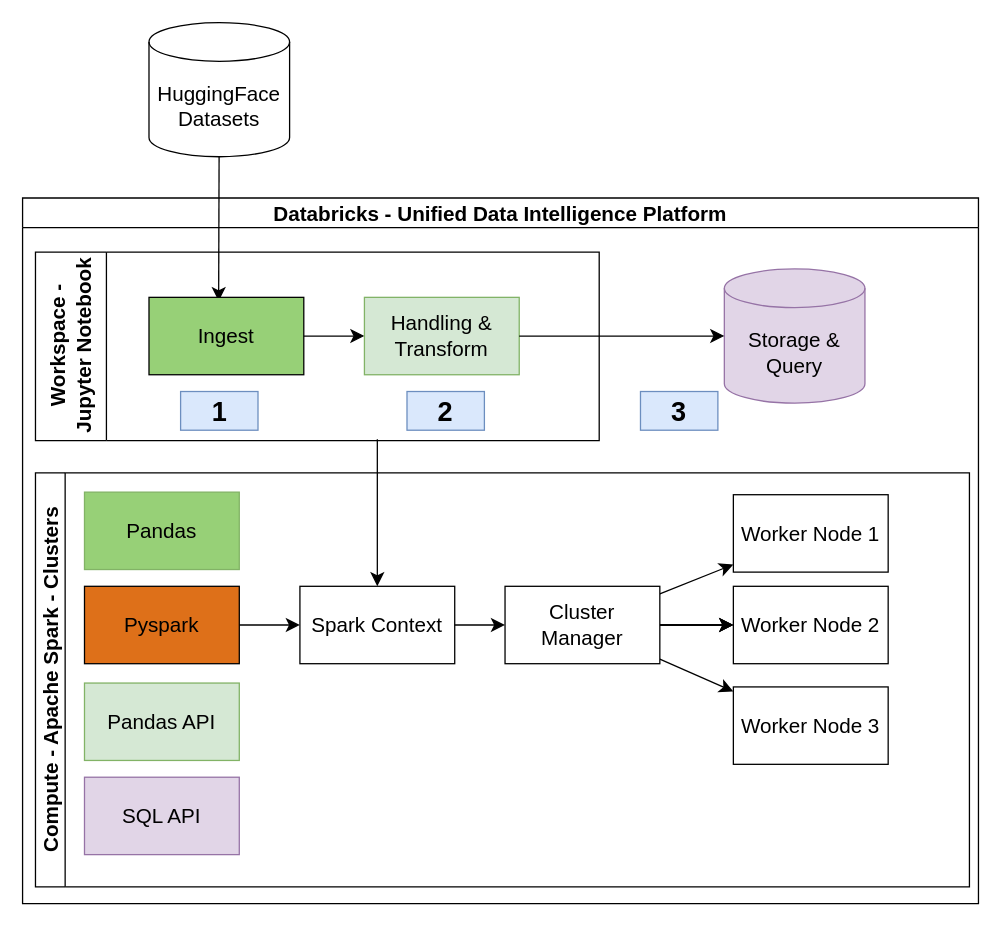
Before: diagram.drawio in mmayorga97/dataprocessing_databricks, a draw.io diagram. Source tidied: cells renumbered, new cells numbered last; positions are measured from the earlier drawing's top-left corner, leaving out a move shared by most shapes. Both pictures are drawn from the tidied source at 129%, with x=0, y=0 at pixel (22, 22).
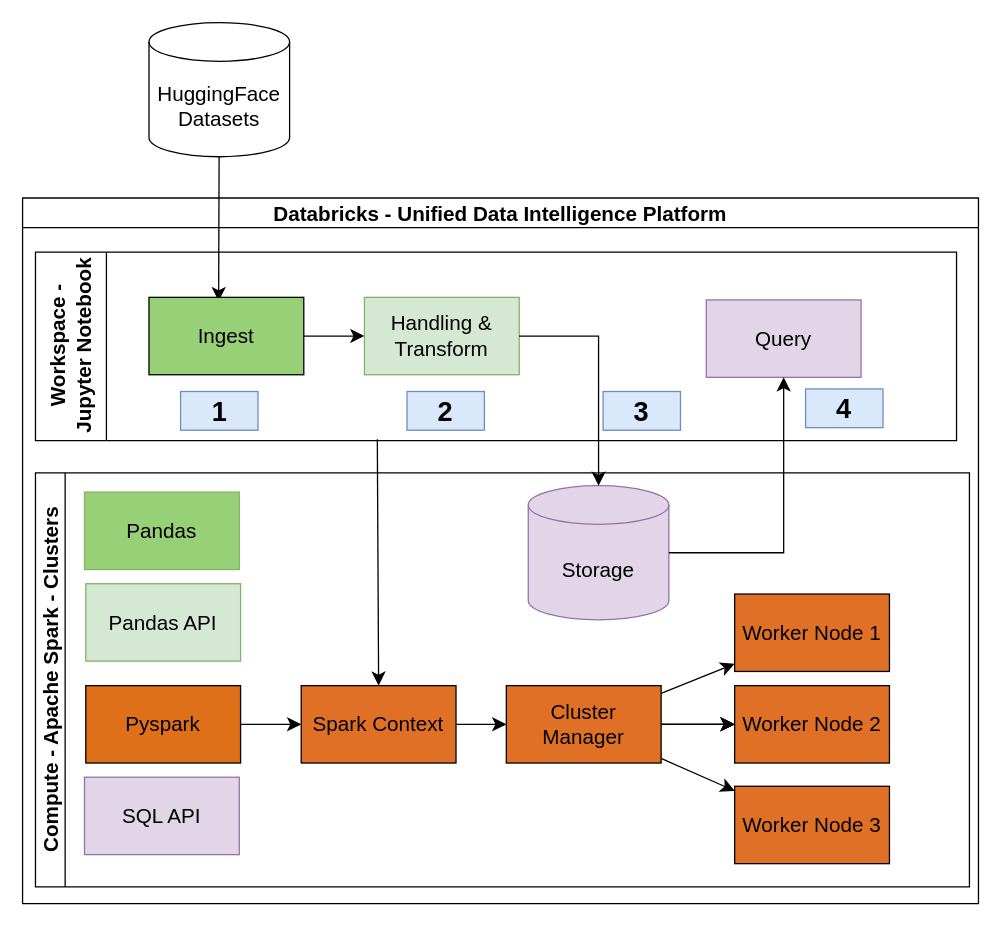
The same diagram, later.

The change refers to these unchanged cells:
```xml
<mxCell id="2" value="Databricks - Unified Data Intelligence Platform" style="swimlane;whiteSpace=wrap;html=1;fontSize=16;" parent="1" vertex="1">
  <mxGeometry y="136" width="741" height="547" as="geometry" />
</mxCell>
<mxCell id="9" value="Handling &amp;amp; Transform" style="rounded=0;whiteSpace=wrap;html=1;fontSize=16;fillColor=#d5e8d4;strokeColor=#82b366;" parent="4" vertex="1">
  <mxGeometry x="255" y="35" width="120" height="60" as="geometry" />
</mxCell>
<mxCell id="12" value="Compute - Apache Spark - Clusters" style="swimlane;horizontal=0;whiteSpace=wrap;html=1;fontSize=16;" parent="2" vertex="1">
  <mxGeometry x="10" y="213" width="724" height="321" as="geometry" />
</mxCell>
```

Diff of the diagram source:
```diff
@@
     <mxCell id="4" value="Workspace - Jupyter Notebook" style="swimlane;horizontal=0;whiteSpace=wrap;html=1;fontSize=16;startSize=55;" parent="2" vertex="1">
-      <mxGeometry x="10" y="42" width="437" height="146" as="geometry" />
+      <mxGeometry x="10" y="42" width="714" height="146" as="geometry" />
     </mxCell>
@@
+    <mxCell id="32" value="Query" style="rounded=0;whiteSpace=wrap;html=1;fontSize=16;fillColor=#e1d5e7;strokeColor=#9673a6;" parent="4" vertex="1">
+      <mxGeometry x="520" y="37" width="120" height="60" as="geometry" />
+    </mxCell>
+    <mxCell id="33" value="&lt;font style=&quot;font-size: 21px;&quot;&gt;&lt;b&gt;4&lt;/b&gt;&lt;/font&gt;" style="text;html=1;strokeColor=#6c8ebf;fillColor=#dae8fc;align=center;verticalAlign=middle;whiteSpace=wrap;rounded=0;fontSize=16;" parent="4" vertex="1">
+      <mxGeometry x="597" y="106" width="60" height="30" as="geometry" />
+    </mxCell>
+    <mxCell id="31" value="&lt;font style=&quot;font-size: 21px;&quot;&gt;&lt;b&gt;3&lt;/b&gt;&lt;/font&gt;" style="text;html=1;strokeColor=#6c8ebf;fillColor=#dae8fc;align=center;verticalAlign=middle;whiteSpace=wrap;rounded=0;fontSize=16;" parent="4" vertex="1">
+      <mxGeometry x="440" y="108" width="60" height="30" as="geometry" />
+    </mxCell>
@@
+    <mxCell id="27" value="SQL API" style="rounded=0;whiteSpace=wrap;html=1;fontSize=16;fillColor=#e1d5e7;strokeColor=#9673a6;" parent="12" vertex="1">
+      <mxGeometry x="38" y="236" width="120" height="60" as="geometry" />
+    </mxCell>
+    <mxCell id="28" value="Pandas" style="rounded=0;whiteSpace=wrap;html=1;fontSize=16;fillColor=#97D077;strokeColor=#82b366;" parent="12" vertex="1">
+      <mxGeometry x="38" y="15" width="120" height="60" as="geometry" />
+    </mxCell>
+    <mxCell id="34" style="group;" parent="12" vertex="1">
+      <mxGeometry x="39" y="94" width="623" height="209" as="geometry" />
+    </mxCell>
-    <mxCell id="13" value="Pyspark" style="rounded=0;whiteSpace=wrap;html=1;fontSize=16;fillColor=#de7019;" parent="12" vertex="1">
-      <mxGeometry x="38" y="88" width="120" height="60" as="geometry" />
+    <mxCell id="13" value="Pyspark" style="rounded=0;whiteSpace=wrap;html=1;fontSize=16;fillColor=#de7019;" parent="34" vertex="1">
+      <mxGeometry y="71" width="120" height="60" as="geometry" />
     </mxCell>
+    <mxCell id="15" value="Spark Context" style="rounded=0;whiteSpace=wrap;html=1;fontSize=16;fillColor=#DF7025;" parent="34" vertex="1">
+      <mxGeometry x="167" y="71" width="120" height="60" as="geometry" />
+    </mxCell>
+    <mxCell id="22" value="Cluster Manager" style="rounded=0;whiteSpace=wrap;html=1;fontSize=16;fillColor=#DF7025;" parent="34" vertex="1">
+      <mxGeometry x="326" y="71" width="120" height="60" as="geometry" />
+    </mxCell>
-    <mxCell id="14" style="edgeStyle=none;curved=1;rounded=0;jettySize=auto;html=1;fontSize=12;startSize=8;endSize=8;" parent="12" edge="1" source="13" target="15">
+    <mxCell id="14" style="edgeStyle=none;curved=1;rounded=0;jettySize=auto;html=1;fontSize=12;startSize=8;endSize=8;" parent="34" edge="1" source="13" target="15">
       <mxGeometry relative="1" as="geometry" />
     </mxCell>
-    <mxCell id="15" value="Spark Context" style="rounded=0;whiteSpace=wrap;html=1;fontSize=16;" parent="12" vertex="1">
-      <mxGeometry x="205" y="88" width="120" height="60" as="geometry" />
-    </mxCell>
-    <mxCell id="16" style="edgeStyle=none;curved=1;rounded=0;jettySize=auto;html=1;fontSize=12;startSize=8;endSize=8;" parent="12" edge="1" source="15" target="22">
+    <mxCell id="16" style="edgeStyle=none;curved=1;rounded=0;jettySize=auto;html=1;fontSize=12;startSize=8;endSize=8;" parent="34" edge="1" source="15" target="22">
       <mxGeometry relative="1" as="geometry" />
     </mxCell>
+    <mxCell id="23" value="Worker Node 1" style="whiteSpace=wrap;html=1;fontSize=16;rounded=0;fillColor=#DF7025;" parent="34" vertex="1">
+      <mxGeometry x="503" width="120" height="60" as="geometry" />
+    </mxCell>
-    <mxCell id="17" style="edgeStyle=none;curved=1;rounded=0;jettySize=auto;html=1;fontSize=12;startSize=8;endSize=8;" parent="12" edge="1" source="22" target="23">
+    <mxCell id="17" style="edgeStyle=none;curved=1;rounded=0;jettySize=auto;html=1;fontSize=12;startSize=8;endSize=8;" parent="34" edge="1" source="22" target="23">
       <mxGeometry relative="1" as="geometry" />
     </mxCell>
+    <mxCell id="24" value="Worker Node 2" style="whiteSpace=wrap;html=1;fontSize=16;rounded=0;fillColor=#DF7025;" parent="34" vertex="1">
+      <mxGeometry x="503" y="71" width="120" height="60" as="geometry" />
+    </mxCell>
+    <mxCell id="25" value="Worker Node 3" style="whiteSpace=wrap;html=1;fontSize=16;rounded=0;fillColor=#DF7025;" parent="34" vertex="1">
+      <mxGeometry x="503" y="149" width="120" height="60" as="geometry" />
+    </mxCell>
-    <mxCell id="18" style="edgeStyle=none;curved=1;rounded=0;jettySize=auto;html=1;fontSize=12;startSize=8;endSize=8;" parent="12" edge="1" source="22" target="24">
+    <mxCell id="18" style="edgeStyle=none;curved=1;rounded=0;jettySize=auto;html=1;fontSize=12;startSize=8;endSize=8;" parent="34" edge="1" source="22" target="24">
       <mxGeometry relative="1" as="geometry" />
     </mxCell>
-    <mxCell id="19" style="edgeStyle=none;curved=1;rounded=0;jettySize=auto;html=1;fontSize=12;startSize=8;endSize=8;" parent="12" edge="1" source="22" target="24">
+    <mxCell id="19" style="edgeStyle=none;curved=1;rounded=0;jettySize=auto;html=1;fontSize=12;startSize=8;endSize=8;" parent="34" edge="1" source="22" target="24">
       <mxGeometry relative="1" as="geometry" />
     </mxCell>
-    <mxCell id="20" style="edgeStyle=none;curved=1;rounded=0;jettySize=auto;html=1;fontSize=12;startSize=8;endSize=8;" parent="12" edge="1" source="22" target="24">
+    <mxCell id="20" style="edgeStyle=none;curved=1;rounded=0;jettySize=auto;html=1;fontSize=12;startSize=8;endSize=8;" parent="34" edge="1" source="22" target="24">
       <mxGeometry relative="1" as="geometry" />
     </mxCell>
-    <mxCell id="21" style="edgeStyle=none;curved=1;rounded=0;jettySize=auto;html=1;fontSize=12;startSize=8;endSize=8;" parent="12" edge="1" source="22" target="25">
+    <mxCell id="21" style="edgeStyle=none;curved=1;rounded=0;jettySize=auto;html=1;fontSize=12;startSize=8;endSize=8;" parent="34" edge="1" source="22" target="25">
       <mxGeometry relative="1" as="geometry" />
     </mxCell>
-    <mxCell id="22" value="Cluster Manager" style="rounded=0;whiteSpace=wrap;html=1;fontSize=16;" parent="12" vertex="1">
-      <mxGeometry x="364" y="88" width="120" height="60" as="geometry" />
-    </mxCell>
-    <mxCell id="23" value="Worker Node 1" style="whiteSpace=wrap;html=1;fontSize=16;rounded=0;" parent="12" vertex="1">
-      <mxGeometry x="541" y="17" width="120" height="60" as="geometry" />
-    </mxCell>
-    <mxCell id="24" value="Worker Node 2" style="whiteSpace=wrap;html=1;fontSize=16;rounded=0;" parent="12" vertex="1">
-      <mxGeometry x="541" y="88" width="120" height="60" as="geometry" />
-    </mxCell>
-    <mxCell id="25" value="Worker Node 3" style="whiteSpace=wrap;html=1;fontSize=16;rounded=0;" parent="12" vertex="1">
-      <mxGeometry x="541" y="166" width="120" height="60" as="geometry" />
-    </mxCell>
-    <mxCell id="26" value="Pandas API" style="rounded=0;whiteSpace=wrap;html=1;fontSize=16;fillColor=#d5e8d4;strokeColor=#82b366;" parent="12" vertex="1">
-      <mxGeometry x="38" y="163" width="120" height="60" as="geometry" />
+    <mxCell id="26" value="Pandas API" style="rounded=0;whiteSpace=wrap;html=1;fontSize=16;fillColor=#d5e8d4;strokeColor=#82b366;" parent="34" vertex="1">
+      <mxGeometry y="-8" width="120" height="60" as="geometry" />
     </mxCell>
-    <mxCell id="27" value="SQL API" style="rounded=0;whiteSpace=wrap;html=1;fontSize=16;fillColor=#e1d5e7;strokeColor=#9673a6;" parent="12" vertex="1">
-      <mxGeometry x="38" y="236" width="120" height="60" as="geometry" />
-    </mxCell>
-    <mxCell id="28" value="Pandas" style="rounded=0;whiteSpace=wrap;html=1;fontSize=16;fillColor=#97D077;strokeColor=#82b366;" parent="12" vertex="1">
-      <mxGeometry x="38" y="15" width="120" height="60" as="geometry" />
-    </mxCell>
-    <mxCell id="29" value="Storage &amp;amp; Query" style="shape=cylinder3;whiteSpace=wrap;html=1;boundedLbl=1;backgroundOutline=1;size=15;fontSize=16;fillColor=#e1d5e7;strokeColor=#9673a6;" parent="2" vertex="1">
-      <mxGeometry x="544" y="55" width="109" height="104" as="geometry" />
+    <mxCell id="29" value="Storage" style="shape=cylinder3;whiteSpace=wrap;html=1;boundedLbl=1;backgroundOutline=1;size=15;fontSize=16;fillColor=#e1d5e7;strokeColor=#9673a6;" parent="12" vertex="1">
+      <mxGeometry x="382" y="10" width="109" height="104" as="geometry" />
     </mxCell>
-    <mxCell id="30" style="edgeStyle=none;curved=1;rounded=0;jettySize=auto;html=1;fontSize=12;startSize=8;endSize=8;entryX=0;entryY=0.5;entryDx=0;entryDy=0;entryPerimeter=0;" parent="2" edge="1" source="9" target="29">
+    <mxCell id="30" style="edgeStyle=orthogonalEdgeStyle;rounded=0;jettySize=auto;html=1;fontSize=12;startSize=8;endSize=8;" parent="2" edge="1" source="9" target="29">
       <mxGeometry relative="1" as="geometry" />
     </mxCell>
-    <mxCell id="31" value="&lt;font style=&quot;font-size: 21px;&quot;&gt;&lt;b&gt;3&lt;/b&gt;&lt;/font&gt;" style="text;html=1;strokeColor=#6c8ebf;fillColor=#dae8fc;align=center;verticalAlign=middle;whiteSpace=wrap;rounded=0;fontSize=16;" parent="2" vertex="1">
-      <mxGeometry x="479" y="150" width="60" height="30" as="geometry" />
-    </mxCell>
+    <mxCell id="35" style="edgeStyle=orthogonalEdgeStyle;rounded=0;jettySize=auto;html=1;fontSize=12;startSize=8;endSize=8;" parent="2" edge="1" source="29" target="32">
+      <mxGeometry relative="1" as="geometry" />
+    </mxCell>
```
